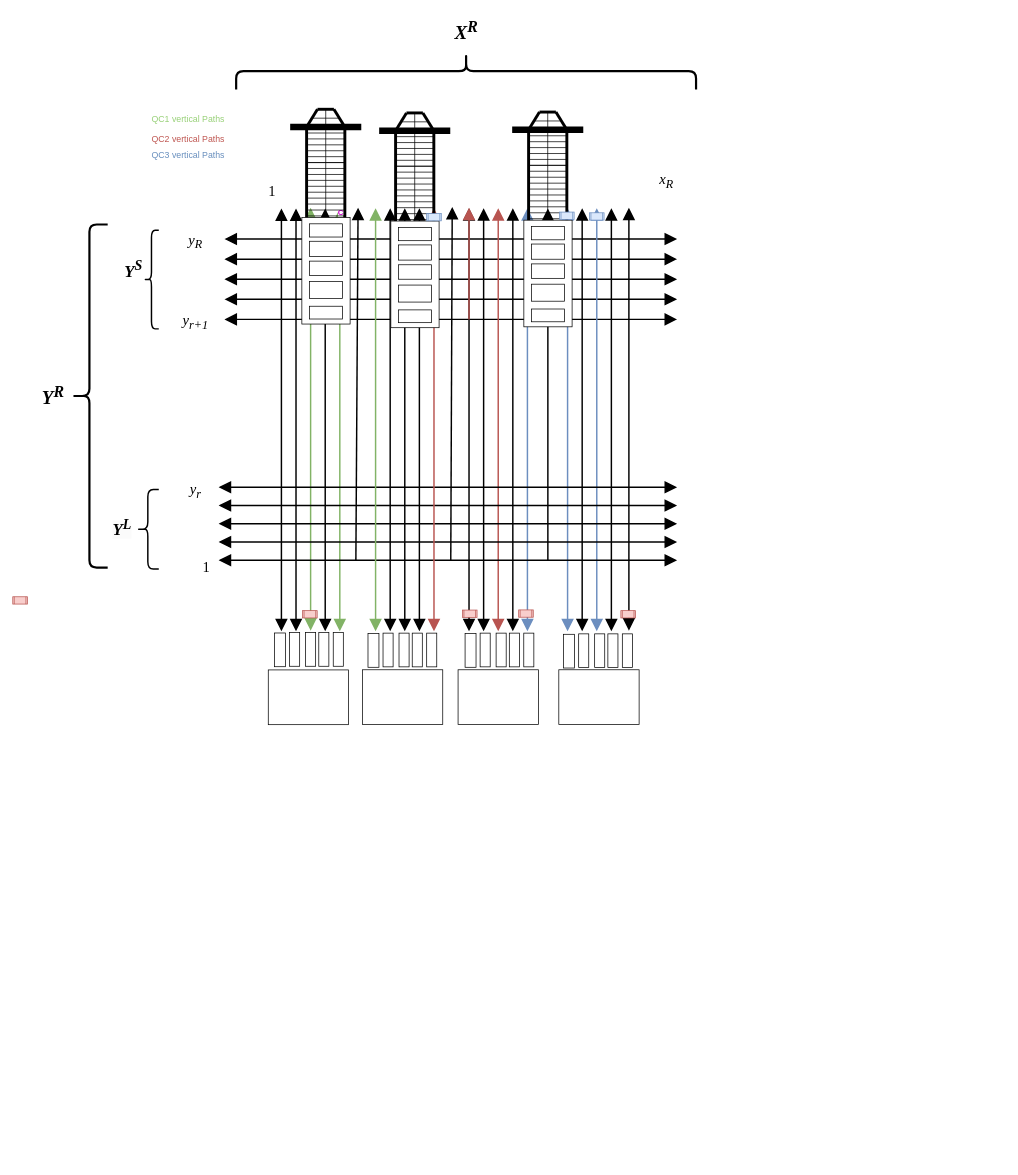
Above: Thesis/Precise_Layout.drawio in amireza007/AGV-Project (draw.io), before the change. Source tidied: cells renumbered, new cells numbered last; positions are measured from the earlier drawing's top-left corner, leaving out a move shared by most shapes. Both pictures are drawn from the tidied source at 73%, with x=0, y=0 at pixel (-90, -159).
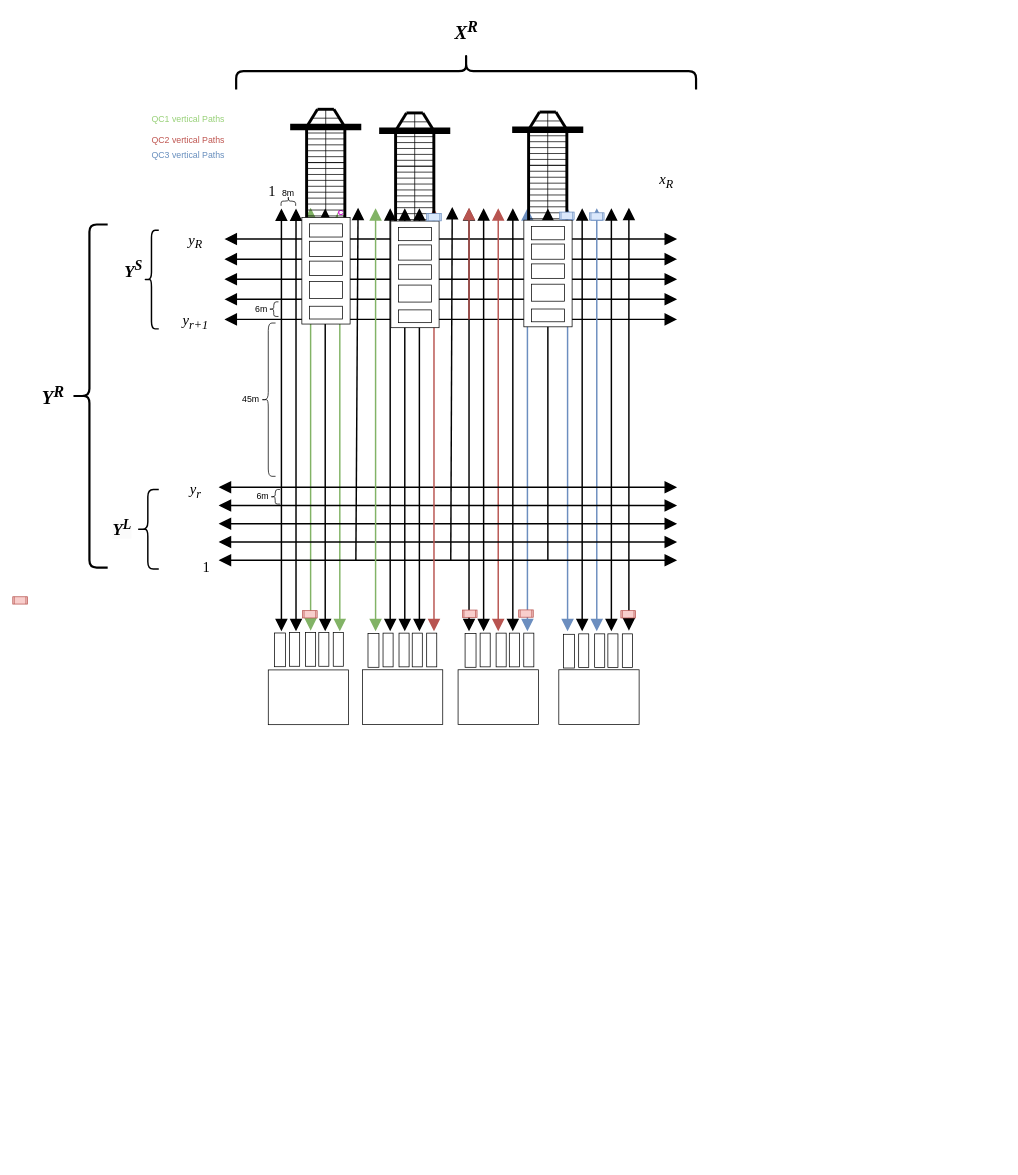
The same page after the edit.

Commit message (it also covers changes not shown here):
important layout and article notes update, G_Q G_Y

The change refers to these unchanged cells:
```xml
<mxCell id="8" style="group;rotation=90;" parent="1" vertex="1">
  <mxGeometry y="778" width="1030" height="480" as="geometry" />
</mxCell>
<mxCell id="50" style="group;" parent="1" vertex="1">
  <mxGeometry x="422" y="885" width="628" height="100" as="geometry" />
</mxCell>
```

The edit, as a diff of the source:
```diff
@@
+    <mxCell id="191" value="45m" style="shape=curlyBracket;whiteSpace=wrap;html=1;rounded=1;labelPosition=left;verticalLabelPosition=middle;align=right;verticalAlign=middle;" parent="8" vertex="1">
+      <mxGeometry x="480" y="-118" width="20" height="210" as="geometry" />
+    </mxCell>
@@
+    <mxCell id="192" value="6m" style="shape=curlyBracket;whiteSpace=wrap;html=1;rounded=1;labelPosition=left;verticalLabelPosition=middle;align=right;verticalAlign=middle;" parent="50" vertex="1">
+      <mxGeometry x="71" y="3" width="13" height="20" as="geometry" />
+    </mxCell>
@@
     <mxCell id="184" value="&lt;font&gt;QC2 vertical Paths&lt;/font&gt;&lt;div&gt;&lt;br&gt;&lt;/div&gt;" style="text;html=1;align=center;verticalAlign=middle;fontColor=#bf5651;" parent="1" vertex="1">
-      <mxGeometry x="320" y="395" width="120" height="40" as="geometry" />
+      <mxGeometry x="320" y="397" width="120" height="40" as="geometry" />
     </mxCell>
@@
+    <mxCell id="193" value="6m" style="shape=curlyBracket;whiteSpace=wrap;html=1;rounded=1;labelPosition=left;verticalLabelPosition=middle;align=right;verticalAlign=middle;" parent="1" vertex="1">
+      <mxGeometry x="491" y="631" width="13" height="20" as="geometry" />
+    </mxCell>
+    <mxCell id="194" style="shape=curlyBracket;whiteSpace=wrap;html=1;rounded=1;labelPosition=left;verticalLabelPosition=middle;align=right;verticalAlign=middle;rotation=90;" parent="1" vertex="1">
+      <mxGeometry x="511" y="483" width="13" height="20" as="geometry" />
+    </mxCell>
+    <mxCell id="195" value="8m" style="text;html=1;align=center;verticalAlign=middle;strokeColor=none;fillColor=none;" parent="1" vertex="1">
+      <mxGeometry x="496.5" y="467" width="40" height="30" as="geometry" />
+    </mxCell>
```
